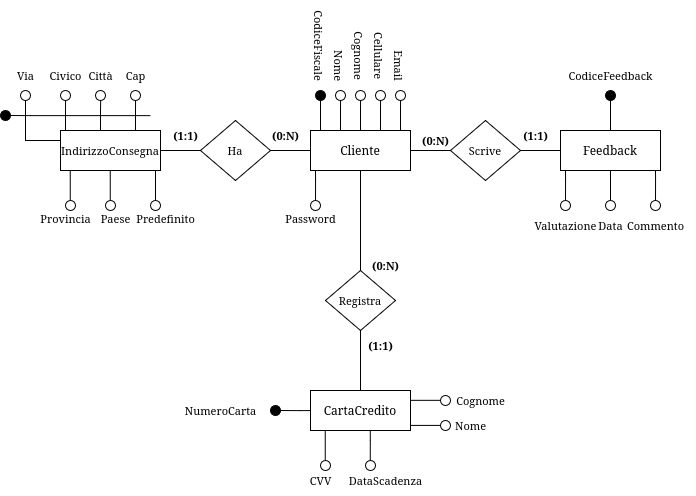
This is fase_due/images/rifinitura_cliente.png from IonutZbir/ProgettoDatabase, a draw.io export, as it was before one commit. Source tidied: cells renumbered, new cells last; positions are measured from the earlier drawing's top-left corner, leaving out a move shared by most shapes.
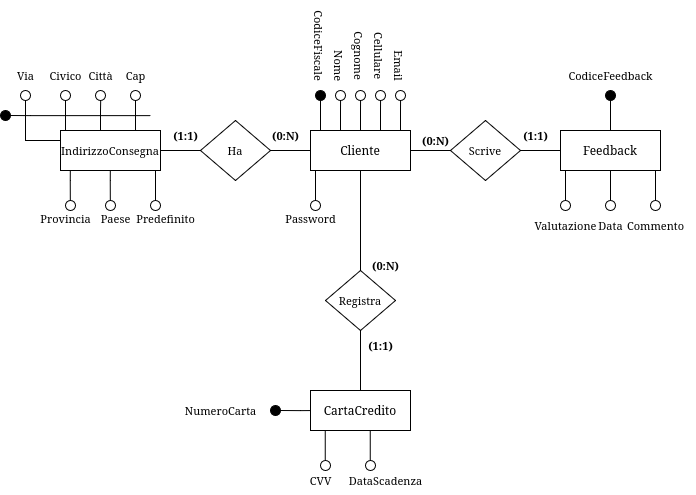
After the commit.

Diff of the diagram source:
```diff
@@ -347,30 +347,6 @@
     <mxCell id="74" value="CVV" style="text;html=1;align=center;verticalAlign=middle;strokeColor=none;fillColor=none;fontFamily=Helvetica;fontSize=11;fontColor=default;labelBackgroundColor=default;" parent="1" vertex="1">
       <mxGeometry x="295" y="435" width="50" height="30" as="geometry" />
     </mxCell>
-    <mxCell id="75" style="edgeStyle=orthogonalEdgeStyle;shape=connector;rounded=0;orthogonalLoop=1;jettySize=auto;html=1;strokeColor=default;align=center;verticalAlign=middle;fontFamily=Helvetica;fontSize=11;fontColor=default;labelBackgroundColor=default;endArrow=none;endFill=0;" parent="1" edge="1">
-      <mxGeometry relative="1" as="geometry">
-        <mxPoint x="410" y="394.9" as="sourcePoint" />
-        <mxPoint x="440" y="394.9" as="targetPoint" />
-      </mxGeometry>
-    </mxCell>
-    <mxCell id="76" style="ellipse;whiteSpace=wrap;html=1;fontFamily=Helvetica;fontSize=11;fontColor=default;labelBackgroundColor=default;" parent="1" vertex="1">
-      <mxGeometry x="440" y="390" width="10" height="10" as="geometry" />
-    </mxCell>
-    <mxCell id="77" value="Nome" style="text;html=1;align=center;verticalAlign=middle;strokeColor=none;fillColor=none;fontFamily=Helvetica;fontSize=11;fontColor=default;labelBackgroundColor=default;" parent="1" vertex="1">
-      <mxGeometry x="445" y="380" width="50" height="30" as="geometry" />
-    </mxCell>
-    <mxCell id="78" style="edgeStyle=orthogonalEdgeStyle;shape=connector;rounded=0;orthogonalLoop=1;jettySize=auto;html=1;strokeColor=default;align=center;verticalAlign=middle;fontFamily=Helvetica;fontSize=11;fontColor=default;labelBackgroundColor=default;endArrow=none;endFill=0;" parent="1" edge="1">
-      <mxGeometry relative="1" as="geometry">
-        <mxPoint x="410" y="369.8" as="sourcePoint" />
-        <mxPoint x="440" y="369.8" as="targetPoint" />
-      </mxGeometry>
-    </mxCell>
-    <mxCell id="79" style="ellipse;whiteSpace=wrap;html=1;fontFamily=Helvetica;fontSize=11;fontColor=default;labelBackgroundColor=default;" parent="1" vertex="1">
-      <mxGeometry x="440" y="365" width="10" height="10" as="geometry" />
-    </mxCell>
-    <mxCell id="80" value="Cognome" style="text;html=1;align=center;verticalAlign=middle;strokeColor=none;fillColor=none;fontFamily=Helvetica;fontSize=11;fontColor=default;labelBackgroundColor=default;" parent="1" vertex="1">
-      <mxGeometry x="445" y="355" width="70" height="30" as="geometry" />
-    </mxCell>
     <mxCell id="81" style="edgeStyle=orthogonalEdgeStyle;shape=connector;rounded=0;orthogonalLoop=1;jettySize=auto;html=1;exitX=0.25;exitY=0;exitDx=0;exitDy=0;strokeColor=default;align=center;verticalAlign=middle;fontFamily=Helvetica;fontSize=11;fontColor=default;labelBackgroundColor=default;endArrow=none;endFill=0;" parent="1" edge="1">
       <mxGeometry relative="1" as="geometry">
         <mxPoint x="324.7" y="430" as="sourcePoint" />
```
